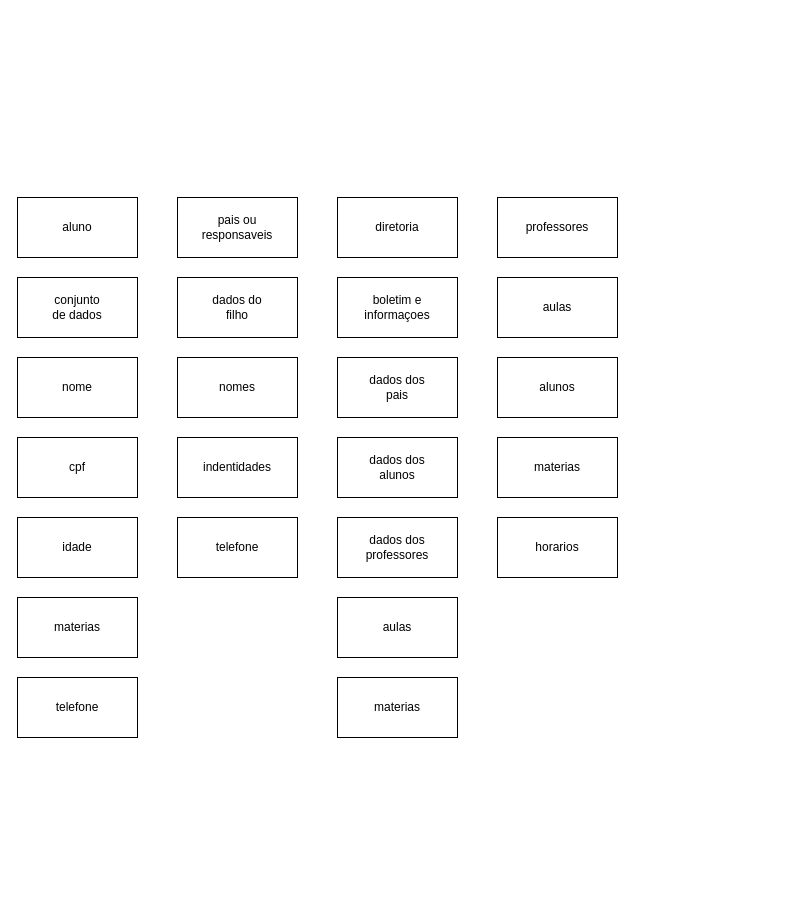
Earlier version of the draw.io diagram sistema escolar.drawio (aquimfrsilva/Backlog). Source tidied: cells renumbered, new cells numbered last; positions are measured from the earlier drawing's top-left corner, leaving out a move shared by most shapes. Both pictures are drawn from the tidied source at 100%, with x=0, y=0 at pixel (17, 197).
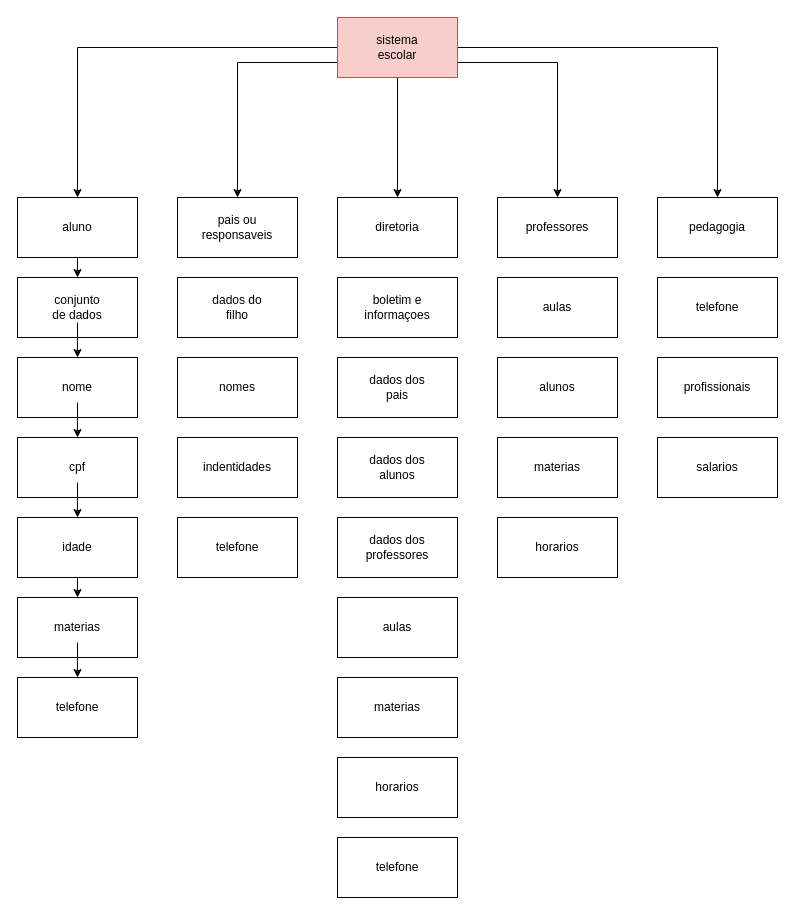
The same page after the edit.

Unchanged cells that the change refers to:
```xml
<mxCell id="2" style="rounded=0;whiteSpace=wrap;html=1;" parent="1" vertex="1">
  <mxGeometry width="120" height="60" as="geometry" />
</mxCell>
<mxCell id="4" style="rounded=0;whiteSpace=wrap;html=1;" parent="1" vertex="1">
  <mxGeometry x="160" width="120" height="60" as="geometry" />
</mxCell>
<mxCell id="6" style="rounded=0;whiteSpace=wrap;html=1;" parent="1" vertex="1">
  <mxGeometry x="320" width="120" height="60" as="geometry" />
</mxCell>
<mxCell id="8" style="rounded=0;whiteSpace=wrap;html=1;" parent="1" vertex="1">
  <mxGeometry x="480" width="120" height="60" as="geometry" />
</mxCell>
<mxCell id="16" style="rounded=0;whiteSpace=wrap;html=1;" parent="1" vertex="1">
  <mxGeometry y="80" width="120" height="60" as="geometry" />
</mxCell>
<mxCell id="17" value="conjunto de dados" style="text;html=1;align=center;verticalAlign=middle;whiteSpace=wrap;rounded=0;" parent="1" vertex="1">
  <mxGeometry x="30" y="95" width="60" height="30" as="geometry" />
</mxCell>
<mxCell id="18" style="rounded=0;whiteSpace=wrap;html=1;" parent="1" vertex="1">
  <mxGeometry y="160" width="120" height="60" as="geometry" />
</mxCell>
<mxCell id="19" value="nome" style="text;html=1;align=center;verticalAlign=middle;whiteSpace=wrap;rounded=0;" parent="1" vertex="1">
  <mxGeometry x="30" y="175" width="60" height="30" as="geometry" />
</mxCell>
<mxCell id="20" style="rounded=0;whiteSpace=wrap;html=1;" parent="1" vertex="1">
  <mxGeometry y="240" width="120" height="60" as="geometry" />
</mxCell>
<mxCell id="21" value="cpf" style="text;html=1;align=center;verticalAlign=middle;whiteSpace=wrap;rounded=0;" parent="1" vertex="1">
  <mxGeometry x="30" y="255" width="60" height="30" as="geometry" />
</mxCell>
<mxCell id="22" style="rounded=0;whiteSpace=wrap;html=1;" parent="1" vertex="1">
  <mxGeometry y="320" width="120" height="60" as="geometry" />
</mxCell>
<mxCell id="24" style="rounded=0;whiteSpace=wrap;html=1;" parent="1" vertex="1">
  <mxGeometry y="400" width="120" height="60" as="geometry" />
</mxCell>
<mxCell id="25" value="materias" style="text;html=1;align=center;verticalAlign=middle;whiteSpace=wrap;rounded=0;" parent="1" vertex="1">
  <mxGeometry x="30" y="415" width="60" height="30" as="geometry" />
</mxCell>
<mxCell id="32" style="rounded=0;whiteSpace=wrap;html=1;" parent="1" vertex="1">
  <mxGeometry y="480" width="120" height="60" as="geometry" />
</mxCell>
```

Diff of the diagram source:
```diff
@@
+    <mxCell id="50" style="edgeStyle=orthogonalEdgeStyle;rounded=0;jettySize=auto;html=1;exitX=0.5;exitY=1;exitDx=0;exitDy=0;entryX=0.5;entryY=0;entryDx=0;entryDy=0;" parent="1" edge="1" source="2" target="16">
+      <mxGeometry relative="1" as="geometry" />
+    </mxCell>
@@
+    <mxCell id="51" style="edgeStyle=orthogonalEdgeStyle;rounded=0;jettySize=auto;html=1;entryX=0.5;entryY=0;entryDx=0;entryDy=0;" parent="1" edge="1" source="17" target="18">
+      <mxGeometry relative="1" as="geometry" />
+    </mxCell>
@@
+    <mxCell id="52" style="edgeStyle=orthogonalEdgeStyle;rounded=0;jettySize=auto;html=1;entryX=0.5;entryY=0;entryDx=0;entryDy=0;" parent="1" edge="1" source="19" target="20">
+      <mxGeometry relative="1" as="geometry" />
+    </mxCell>
@@
+    <mxCell id="53" style="edgeStyle=orthogonalEdgeStyle;rounded=0;jettySize=auto;html=1;entryX=0.5;entryY=0;entryDx=0;entryDy=0;" parent="1" edge="1" source="21" target="22">
+      <mxGeometry relative="1" as="geometry" />
+    </mxCell>
@@
+    <mxCell id="54" style="edgeStyle=orthogonalEdgeStyle;rounded=0;jettySize=auto;html=1;exitX=0.5;exitY=1;exitDx=0;exitDy=0;entryX=0.5;entryY=0;entryDx=0;entryDy=0;" parent="1" edge="1" source="22" target="24">
+      <mxGeometry relative="1" as="geometry" />
+    </mxCell>
@@
+    <mxCell id="55" style="edgeStyle=orthogonalEdgeStyle;rounded=0;jettySize=auto;html=1;entryX=0.5;entryY=0;entryDx=0;entryDy=0;" parent="1" edge="1" source="25" target="32">
+      <mxGeometry relative="1" as="geometry" />
+    </mxCell>
@@
+    <mxCell id="56" style="rounded=0;whiteSpace=wrap;html=1;" parent="1" vertex="1">
+      <mxGeometry x="320" y="560" width="120" height="60" as="geometry" />
+    </mxCell>
+    <mxCell id="57" value="horarios" style="text;html=1;align=center;verticalAlign=middle;whiteSpace=wrap;rounded=0;" parent="1" vertex="1">
+      <mxGeometry x="350" y="575" width="60" height="30" as="geometry" />
+    </mxCell>
+    <mxCell id="58" style="rounded=0;whiteSpace=wrap;html=1;" parent="1" vertex="1">
+      <mxGeometry x="640" width="120" height="60" as="geometry" />
+    </mxCell>
+    <mxCell id="59" value="pedagogia" style="text;html=1;align=center;verticalAlign=middle;whiteSpace=wrap;rounded=0;" parent="1" vertex="1">
+      <mxGeometry x="670" y="15" width="60" height="30" as="geometry" />
+    </mxCell>
+    <mxCell id="60" style="rounded=0;whiteSpace=wrap;html=1;" parent="1" vertex="1">
+      <mxGeometry x="320" y="640" width="120" height="60" as="geometry" />
+    </mxCell>
+    <mxCell id="61" value="telefone" style="text;html=1;align=center;verticalAlign=middle;whiteSpace=wrap;rounded=0;" parent="1" vertex="1">
+      <mxGeometry x="350" y="655" width="60" height="30" as="geometry" />
+    </mxCell>
+    <mxCell id="62" style="rounded=0;whiteSpace=wrap;html=1;" parent="1" vertex="1">
+      <mxGeometry x="640" y="80" width="120" height="60" as="geometry" />
+    </mxCell>
+    <mxCell id="63" value="telefone" style="text;html=1;align=center;verticalAlign=middle;whiteSpace=wrap;rounded=0;" parent="1" vertex="1">
+      <mxGeometry x="670" y="95" width="60" height="30" as="geometry" />
+    </mxCell>
+    <mxCell id="64" style="rounded=0;whiteSpace=wrap;html=1;" parent="1" vertex="1">
+      <mxGeometry x="640" y="160" width="120" height="60" as="geometry" />
+    </mxCell>
+    <mxCell id="65" value="profissionais" style="text;html=1;align=center;verticalAlign=middle;whiteSpace=wrap;rounded=0;" parent="1" vertex="1">
+      <mxGeometry x="670" y="175" width="60" height="30" as="geometry" />
+    </mxCell>
+    <mxCell id="66" style="rounded=0;whiteSpace=wrap;html=1;" parent="1" vertex="1">
+      <mxGeometry x="640" y="240" width="120" height="60" as="geometry" />
+    </mxCell>
+    <mxCell id="67" value="salarios" style="text;html=1;align=center;verticalAlign=middle;whiteSpace=wrap;rounded=0;" parent="1" vertex="1">
+      <mxGeometry x="670" y="255" width="60" height="30" as="geometry" />
+    </mxCell>
+    <mxCell id="68" style="edgeStyle=orthogonalEdgeStyle;rounded=0;jettySize=auto;html=1;entryX=0.5;entryY=0;entryDx=0;entryDy=0;" parent="1" edge="1" source="73" target="2">
+      <mxGeometry relative="1" as="geometry" />
+    </mxCell>
+    <mxCell id="69" style="edgeStyle=orthogonalEdgeStyle;rounded=0;jettySize=auto;html=1;entryX=0.5;entryY=0;entryDx=0;entryDy=0;" parent="1" edge="1" source="73" target="6">
+      <mxGeometry relative="1" as="geometry" />
+    </mxCell>
+    <mxCell id="70" style="edgeStyle=orthogonalEdgeStyle;rounded=0;jettySize=auto;html=1;entryX=0.5;entryY=0;entryDx=0;entryDy=0;" parent="1" edge="1" source="73" target="58">
+      <mxGeometry relative="1" as="geometry" />
+    </mxCell>
+    <mxCell id="71" style="edgeStyle=orthogonalEdgeStyle;rounded=0;jettySize=auto;html=1;exitX=0;exitY=0.75;exitDx=0;exitDy=0;entryX=0.5;entryY=0;entryDx=0;entryDy=0;" parent="1" edge="1" source="73" target="4">
+      <mxGeometry relative="1" as="geometry" />
+    </mxCell>
+    <mxCell id="72" style="edgeStyle=orthogonalEdgeStyle;rounded=0;jettySize=auto;html=1;exitX=1;exitY=0.75;exitDx=0;exitDy=0;entryX=0.5;entryY=0;entryDx=0;entryDy=0;" parent="1" edge="1" source="73" target="8">
+      <mxGeometry relative="1" as="geometry" />
+    </mxCell>
+    <mxCell id="73" style="rounded=0;whiteSpace=wrap;html=1;fillColor=#f8cecc;strokeColor=#b85450;" parent="1" vertex="1">
+      <mxGeometry x="320" y="-180" width="120" height="60" as="geometry" />
+    </mxCell>
+    <mxCell id="74" value="sistema escolar" style="text;html=1;align=center;verticalAlign=middle;whiteSpace=wrap;rounded=0;" parent="1" vertex="1">
+      <mxGeometry x="350" y="-165" width="60" height="30" as="geometry" />
+    </mxCell>
```
